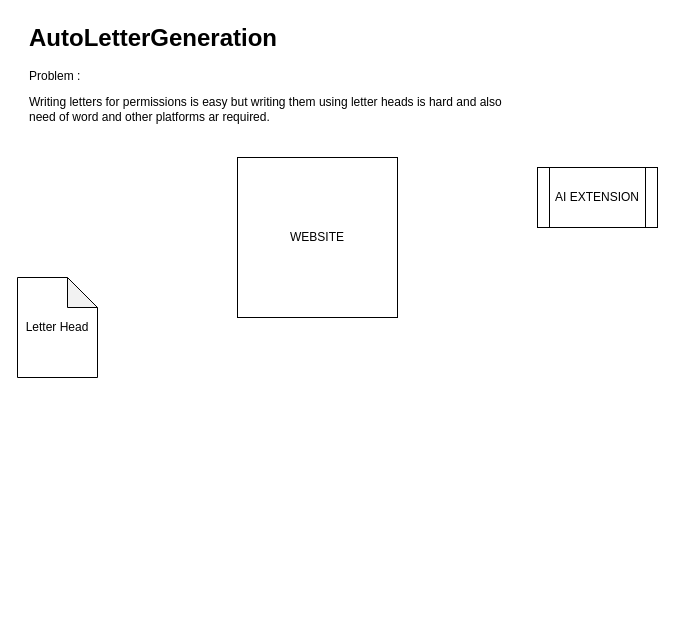
Earlier version of the draw.io diagram Untitled Diagram.drawio (nishanth-develops/AutoLetterGeneration). Source tidied: cells renumbered, new cells numbered last; positions are measured from the earlier drawing's top-left corner, leaving out a move shared by most shapes. Both pictures are drawn from the tidied source at 100%, with x=0, y=0 at pixel (17, 17).
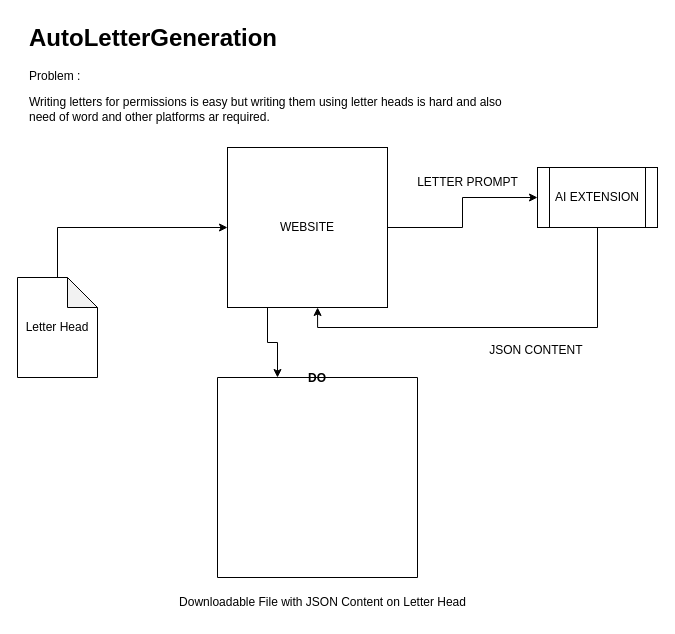
The same page after the edit.

Change to the diagram source:
```diff
@@
 <mxGraphModel>
   <root>
     <mxCell id="0" />
     <mxCell id="1" parent="0" />
     <mxCell id="2" value="&lt;h1 style=&quot;margin-top: 0px;&quot;&gt;AutoLetterGeneration&lt;/h1&gt;&lt;p&gt;Problem :&lt;/p&gt;&lt;p&gt;Writing letters for permissions is easy but writing them using letter heads is hard and also need of word and other platforms ar required.&lt;/p&gt;" style="text;html=1;whiteSpace=wrap;overflow=hidden;rounded=0;" parent="1" vertex="1">
       <mxGeometry x="10" width="480" height="120" as="geometry" />
     </mxCell>
+    <mxCell id="6" style="edgeStyle=orthogonalEdgeStyle;rounded=0;jettySize=auto;html=1;exitX=1;exitY=0.5;exitDx=0;exitDy=0;entryX=0;entryY=0.5;entryDx=0;entryDy=0;" parent="1" edge="1" source="3" target="5">
+      <mxGeometry relative="1" as="geometry" />
+    </mxCell>
     <mxCell id="3" value="WEBSITE" style="whiteSpace=wrap;html=1;" parent="1" vertex="1">
-      <mxGeometry x="220" y="140" width="160" height="160" as="geometry" />
+      <mxGeometry x="210" y="130" width="160" height="160" as="geometry" />
     </mxCell>
+    <mxCell id="7" style="edgeStyle=orthogonalEdgeStyle;rounded=0;jettySize=auto;html=1;exitX=0.5;exitY=0;exitDx=0;exitDy=0;exitPerimeter=0;entryX=0;entryY=0.5;entryDx=0;entryDy=0;" parent="1" edge="1" source="4" target="3">
+      <mxGeometry relative="1" as="geometry" />
+    </mxCell>
     <mxCell id="4" value="Letter Head" style="shape=note;whiteSpace=wrap;html=1;backgroundOutline=1;darkOpacity=0.05;" parent="1" vertex="1">
       <mxGeometry y="260" width="80" height="100" as="geometry" />
     </mxCell>
     <mxCell id="5" value="AI EXTENSION" style="shape=process;whiteSpace=wrap;html=1;backgroundOutline=1;" parent="1" vertex="1">
       <mxGeometry x="520" y="150" width="120" height="60" as="geometry" />
     </mxCell>
+    <mxCell id="8" style="edgeStyle=orthogonalEdgeStyle;rounded=0;jettySize=auto;html=1;exitX=0.5;exitY=1;exitDx=0;exitDy=0;entryX=0.563;entryY=1;entryDx=0;entryDy=0;entryPerimeter=0;" parent="1" edge="1" source="5" target="3">
+      <mxGeometry relative="1" as="geometry" />
+    </mxCell>
+    <mxCell id="9" value="JSON CONTENT&amp;nbsp;" style="text;html=1;align=center;verticalAlign=middle;strokeColor=none;fillColor=none;" parent="1" vertex="1">
+      <mxGeometry x="460" y="318" width="120" height="30" as="geometry" />
+    </mxCell>
+    <mxCell id="10" value="LETTER PROMPT" style="text;html=1;align=center;verticalAlign=middle;strokeColor=none;fillColor=none;" parent="1" vertex="1">
+      <mxGeometry x="390" y="150" width="120" height="30" as="geometry" />
+    </mxCell>
+    <mxCell id="11" value="DO" style="swimlane;startSize=0;" parent="1" vertex="1">
+      <mxGeometry x="200" y="360" width="200" height="200" as="geometry" />
+    </mxCell>
+    <mxCell id="12" value="Downloadable File with JSON Content on Letter Head" style="text;html=1;align=center;verticalAlign=middle;strokeColor=none;fillColor=none;" parent="1" vertex="1">
+      <mxGeometry x="150" y="570" width="310" height="30" as="geometry" />
+    </mxCell>
+    <mxCell id="13" style="edgeStyle=orthogonalEdgeStyle;rounded=0;jettySize=auto;html=1;exitX=0.25;exitY=1;exitDx=0;exitDy=0;entryX=0.3;entryY=0;entryDx=0;entryDy=0;entryPerimeter=0;" parent="1" edge="1" source="3" target="11">
+      <mxGeometry relative="1" as="geometry" />
+    </mxCell>
   </root>
 </mxGraphModel>
```
